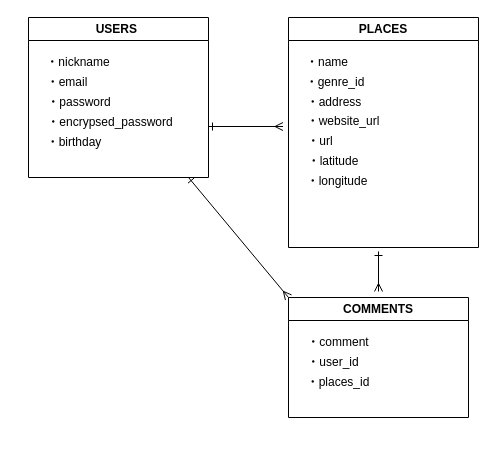
Before: mu5.dio in ayako-k2/mu5, a draw.io diagram. Source tidied: cells renumbered, new cells numbered last; positions are measured from the earlier drawing's top-left corner, leaving out a move shared by most shapes. Both pictures are drawn from the tidied source at 100%, with x=0, y=0 at pixel (17, 17).
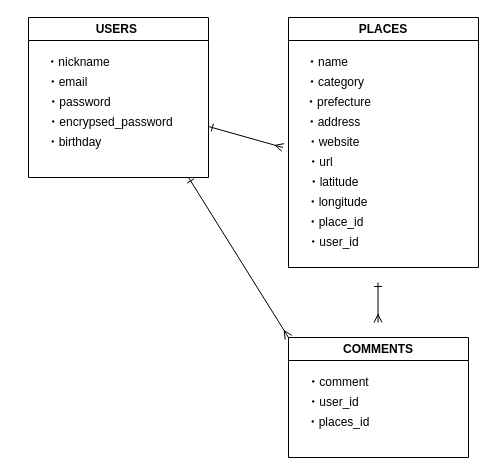
Above is the later version.

What changed in the source:
```diff
@@
     <mxCell id="8" value="PLACES" style="swimlane;whiteSpace=wrap;html=1;" parent="1" vertex="1">
-      <mxGeometry x="271" width="190" height="230" as="geometry" />
+      <mxGeometry x="271" width="190" height="250" as="geometry" />
     </mxCell>
@@
-    <mxCell id="10" value="・genre_id" style="text;html=1;strokeColor=none;fillColor=none;align=center;verticalAlign=middle;whiteSpace=wrap;rounded=0;" parent="8" vertex="1">
+    <mxCell id="10" value="・category" style="text;html=1;strokeColor=none;fillColor=none;align=center;verticalAlign=middle;whiteSpace=wrap;rounded=0;" parent="8" vertex="1">
       <mxGeometry x="-3" y="50" width="100" height="30" as="geometry" />
     </mxCell>
     <mxCell id="11" value="・address" style="text;html=1;strokeColor=none;fillColor=none;align=center;verticalAlign=middle;whiteSpace=wrap;rounded=0;" parent="8" vertex="1">
-      <mxGeometry x="-4" y="70" width="100" height="30" as="geometry" />
+      <mxGeometry x="-5" y="90" width="100" height="30" as="geometry" />
     </mxCell>
     <mxCell id="12" value="・url" style="text;html=1;strokeColor=none;fillColor=none;align=center;verticalAlign=middle;whiteSpace=wrap;rounded=0;" parent="8" vertex="1">
-      <mxGeometry x="-43" y="109" width="150" height="30" as="geometry" />
+      <mxGeometry x="-43" y="130" width="150" height="30" as="geometry" />
     </mxCell>
-    <mxCell id="13" value="・website_url" style="text;html=1;strokeColor=none;fillColor=none;align=center;verticalAlign=middle;whiteSpace=wrap;rounded=0;" parent="8" vertex="1">
-      <mxGeometry x="5" y="89" width="100" height="30" as="geometry" />
+    <mxCell id="13" value="・website" style="text;html=1;strokeColor=none;fillColor=none;align=center;verticalAlign=middle;whiteSpace=wrap;rounded=0;" parent="8" vertex="1">
+      <mxGeometry x="-5" y="110" width="100" height="30" as="geometry" />
     </mxCell>
     <mxCell id="14" value="・latitude" style="text;html=1;strokeColor=none;fillColor=none;align=center;verticalAlign=middle;whiteSpace=wrap;rounded=0;" parent="8" vertex="1">
-      <mxGeometry x="-30" y="129" width="150" height="30" as="geometry" />
+      <mxGeometry x="-30" y="150" width="150" height="30" as="geometry" />
     </mxCell>
     <mxCell id="15" value="・longitude" style="text;html=1;strokeColor=none;fillColor=none;align=center;verticalAlign=middle;whiteSpace=wrap;rounded=0;" parent="8" vertex="1">
-      <mxGeometry x="-26" y="149" width="150" height="30" as="geometry" />
+      <mxGeometry x="-26" y="170" width="150" height="30" as="geometry" />
     </mxCell>
+    <mxCell id="23" value="・place_id" style="text;html=1;strokeColor=none;fillColor=none;align=center;verticalAlign=middle;whiteSpace=wrap;rounded=0;" parent="8" vertex="1">
+      <mxGeometry x="-28" y="190" width="150" height="30" as="geometry" />
+    </mxCell>
+    <mxCell id="24" value="・user_id" style="text;html=1;strokeColor=none;fillColor=none;align=center;verticalAlign=middle;whiteSpace=wrap;rounded=0;" parent="8" vertex="1">
+      <mxGeometry x="-30" y="210" width="150" height="30" as="geometry" />
+    </mxCell>
+    <mxCell id="25" value="・prefecture" style="text;html=1;strokeColor=none;fillColor=none;align=center;verticalAlign=middle;whiteSpace=wrap;rounded=0;" parent="8" vertex="1">
+      <mxGeometry y="70" width="100" height="30" as="geometry" />
+    </mxCell>
     <mxCell id="16" value="COMMENTS" style="swimlane;whiteSpace=wrap;html=1;" parent="1" vertex="1">
-      <mxGeometry x="271" y="280" width="180" height="120" as="geometry" />
+      <mxGeometry x="271" y="320" width="180" height="120" as="geometry" />
     </mxCell>
@@
     <mxCell id="21" style="endArrow=ERmany;html=1;endFill=0;startArrow=ERone;startFill=0;" parent="1" edge="1">
       <mxGeometry relative="1" as="geometry">
-        <mxPoint x="361" y="234" as="sourcePoint" />
-        <mxPoint x="361" y="274" as="targetPoint" />
+        <mxPoint x="360.5" y="265" as="sourcePoint" />
+        <mxPoint x="360.5" y="305" as="targetPoint" />
       </mxGeometry>
     </mxCell>
```
